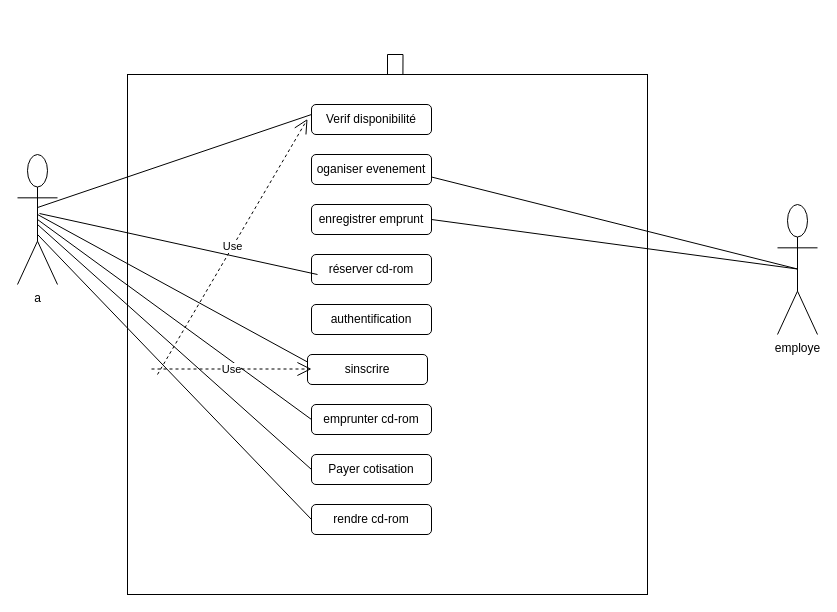
Earlier version of the draw.io diagram Untitled Diagram.drawio (BachirSylla/Revision-uml). Source tidied: cells renumbered, new cells numbered last; positions are measured from the earlier drawing's top-left corner, leaving out a move shared by most shapes. Both pictures are drawn from the tidied source at 100%, with x=0, y=0 at pixel (17, 74).
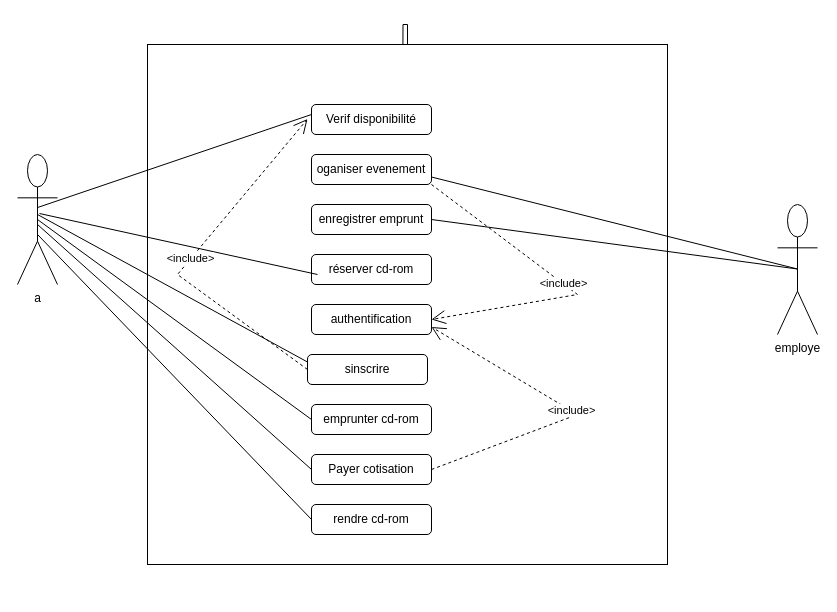
Above is the later version.

The change refers to these unchanged cells:
```xml
<mxCell id="7" value="oganiser evenement" style="rounded=1;whiteSpace=wrap;html=1;" parent="1" vertex="1">
  <mxGeometry x="294" y="80" width="120" height="30" as="geometry" />
</mxCell>
<mxCell id="8" value="authentification" style="rounded=1;whiteSpace=wrap;html=1;" parent="1" vertex="1">
  <mxGeometry x="294" y="230" width="120" height="30" as="geometry" />
</mxCell>
<mxCell id="11" value="sinscrire" style="rounded=1;whiteSpace=wrap;html=1;" parent="1" vertex="1">
  <mxGeometry x="290" y="280" width="120" height="30" as="geometry" />
</mxCell>
<mxCell id="13" value="Payer cotisation" style="rounded=1;whiteSpace=wrap;html=1;" parent="1" vertex="1">
  <mxGeometry x="294" y="380" width="120" height="30" as="geometry" />
</mxCell>
```

Change to the diagram source:
```diff
@@
     <mxCell id="5" style="whiteSpace=wrap;html=1;" parent="1" vertex="1">
-      <mxGeometry x="110" width="520" height="520" as="geometry" />
+      <mxGeometry x="130" y="-30" width="520" height="520" as="geometry" />
     </mxCell>
@@
-    <mxCell id="23" value="Use" style="endArrow=open;endSize=12;dashed=1;html=1;rounded=0;" parent="1" edge="1">
+    <mxCell id="23" value="&amp;lt;include&amp;gt;" style="endArrow=open;endSize=12;dashed=1;html=1;rounded=0;exitX=0;exitY=0.5;exitDx=0;exitDy=0;" parent="1" edge="1" source="11">
       <mxGeometry relative="1" as="geometry">
-        <mxPoint x="140" y="300" as="sourcePoint" />
         <mxPoint x="290" y="44.5" as="targetPoint" />
+        <Array as="points">
+          <mxPoint x="160" y="200" />
+        </Array>
       </mxGeometry>
     </mxCell>
-    <mxCell id="24" value="Use" style="endArrow=open;endSize=12;dashed=1;html=1;rounded=0;" parent="1" edge="1">
-      <mxGeometry relative="1" as="geometry">
-        <mxPoint x="134" y="294.5" as="sourcePoint" />
-        <mxPoint x="294" y="294.5" as="targetPoint" />
-      </mxGeometry>
-    </mxCell>
+    <mxCell id="25" value="&amp;lt;include&amp;gt;" style="endArrow=open;endSize=12;dashed=1;html=1;rounded=0;exitX=1;exitY=0.5;exitDx=0;exitDy=0;entryX=1;entryY=0.75;entryDx=0;entryDy=0;" parent="1" edge="1" source="13" target="8">
+      <mxGeometry relative="1" as="geometry">
+        <Array as="points">
+          <mxPoint x="560" y="340" />
+        </Array>
+      </mxGeometry>
+    </mxCell>
+    <mxCell id="26" value="&amp;lt;include&amp;gt;" style="endArrow=open;endSize=12;dashed=1;html=1;rounded=0;entryX=1;entryY=0.5;entryDx=0;entryDy=0;exitX=1;exitY=1;exitDx=0;exitDy=0;" parent="1" edge="1" source="7" target="8">
+      <mxGeometry relative="1" as="geometry">
+        <Array as="points">
+          <mxPoint x="560" y="220" />
+        </Array>
+      </mxGeometry>
+    </mxCell>
```
